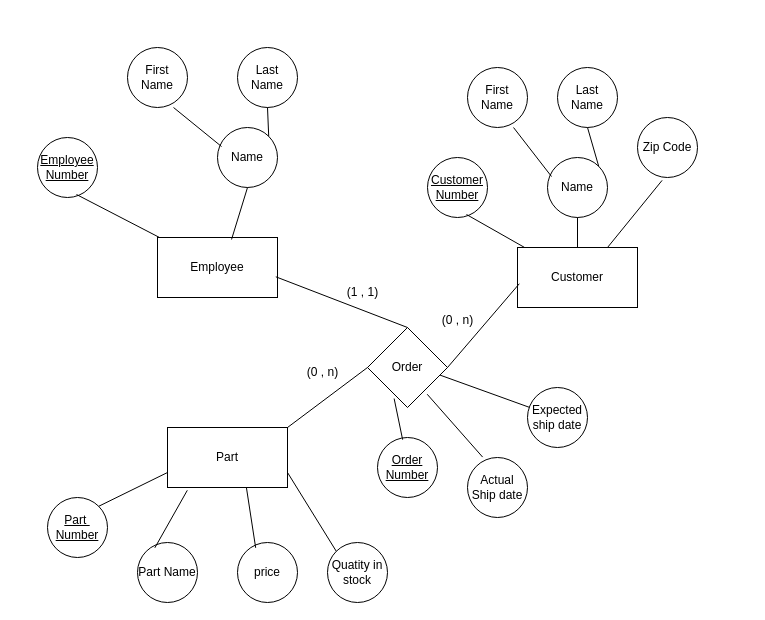
This is ER_MAIL_ORDER.drawio from Drizzle210/hello-world, a draw.io file, before an edit. Source tidied: cells renumbered, new cells numbered last; positions are measured from the earlier drawing's top-left corner, leaving out a move shared by most shapes. Both pictures are drawn from the tidied source at 100%, with x=0, y=0 at pixel (37, 47).
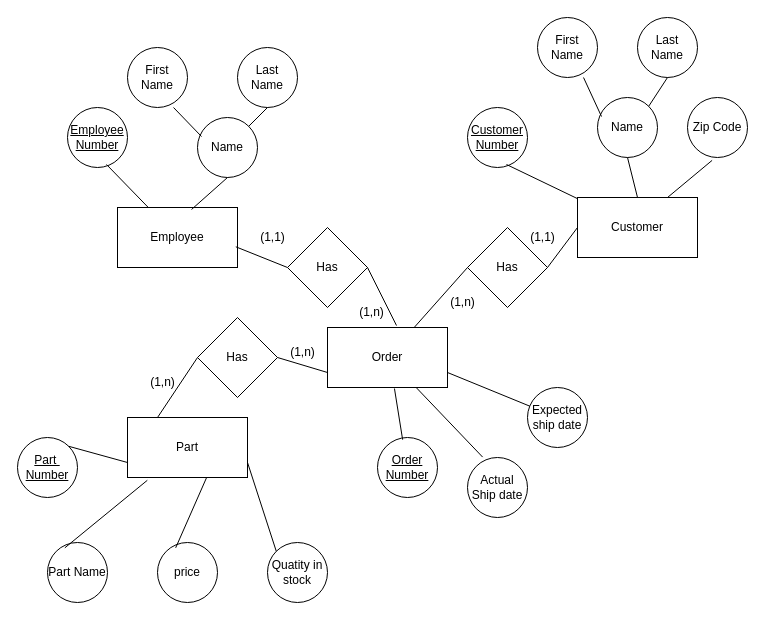
Above is the later version.

Commit message:
Cập nhật ER_MAIL_ORDER.drawio

Unchanged cells that the change refers to:
```xml
<mxCell id="31" value="&lt;u&gt;Order&lt;br&gt;Number&lt;br&gt;&lt;/u&gt;" style="ellipse;whiteSpace=wrap;html=1;" parent="1" vertex="1">
  <mxGeometry x="340" y="390" width="60" height="60" as="geometry" />
</mxCell>
<mxCell id="32" value="Actual Ship date" style="ellipse;whiteSpace=wrap;html=1;" parent="1" vertex="1">
  <mxGeometry x="430" y="410" width="60" height="60" as="geometry" />
</mxCell>
<mxCell id="33" value="Expected ship date" style="ellipse;whiteSpace=wrap;html=1;" parent="1" vertex="1">
  <mxGeometry x="490" y="340" width="60" height="60" as="geometry" />
</mxCell>
```

The edit, as a diff of the source:
```diff
@@
     <mxCell id="2" value="Employee" style="rounded=0;whiteSpace=wrap;html=1;" parent="1" vertex="1">
-      <mxGeometry x="120" y="190" width="120" height="60" as="geometry" />
+      <mxGeometry x="80" y="160" width="120" height="60" as="geometry" />
     </mxCell>
     <mxCell id="3" value="&lt;u&gt;Employee Number&lt;/u&gt;" style="ellipse;whiteSpace=wrap;html=1;" parent="1" vertex="1">
-      <mxGeometry y="90" width="60" height="60" as="geometry" />
+      <mxGeometry x="30" y="60" width="60" height="60" as="geometry" />
     </mxCell>
     <mxCell id="4" value="Name" style="ellipse;whiteSpace=wrap;html=1;" parent="1" vertex="1">
-      <mxGeometry x="180" y="80" width="60" height="60" as="geometry" />
+      <mxGeometry x="160" y="70" width="60" height="60" as="geometry" />
     </mxCell>
@@
     <mxCell id="11" value="Customer" style="rounded=0;whiteSpace=wrap;html=1;" parent="1" vertex="1">
-      <mxGeometry x="480" y="200" width="120" height="60" as="geometry" />
+      <mxGeometry x="540" y="150" width="120" height="60" as="geometry" />
     </mxCell>
     <mxCell id="12" value="&lt;u&gt;Customer Number&lt;/u&gt;" style="ellipse;whiteSpace=wrap;html=1;" parent="1" vertex="1">
-      <mxGeometry x="390" y="110" width="60" height="60" as="geometry" />
+      <mxGeometry x="430" y="60" width="60" height="60" as="geometry" />
     </mxCell>
     <mxCell id="13" value="Name" style="ellipse;whiteSpace=wrap;html=1;" parent="1" vertex="1">
-      <mxGeometry x="510" y="110" width="60" height="60" as="geometry" />
+      <mxGeometry x="560" y="50" width="60" height="60" as="geometry" />
     </mxCell>
     <mxCell id="14" value="First Name" style="ellipse;whiteSpace=wrap;html=1;" parent="1" vertex="1">
-      <mxGeometry x="430" y="20" width="60" height="60" as="geometry" />
+      <mxGeometry x="500" y="-30" width="60" height="60" as="geometry" />
     </mxCell>
     <mxCell id="15" value="Last Name" style="ellipse;whiteSpace=wrap;html=1;" parent="1" vertex="1">
-      <mxGeometry x="520" y="20" width="60" height="60" as="geometry" />
+      <mxGeometry x="600" y="-30" width="60" height="60" as="geometry" />
     </mxCell>
@@
     <mxCell id="20" value="Zip Code" style="ellipse;whiteSpace=wrap;html=1;" parent="1" vertex="1">
-      <mxGeometry x="600" y="70" width="60" height="60" as="geometry" />
+      <mxGeometry x="650" y="50" width="60" height="60" as="geometry" />
     </mxCell>
@@
     <mxCell id="22" value="Part" style="rounded=0;whiteSpace=wrap;html=1;" parent="1" vertex="1">
-      <mxGeometry x="130" y="380" width="120" height="60" as="geometry" />
+      <mxGeometry x="90" y="370" width="120" height="60" as="geometry" />
     </mxCell>
     <mxCell id="23" value="&lt;u&gt;Part&amp;nbsp;&lt;br&gt;Number&lt;br&gt;&lt;/u&gt;" style="ellipse;whiteSpace=wrap;html=1;" parent="1" vertex="1">
-      <mxGeometry x="10" y="450" width="60" height="60" as="geometry" />
+      <mxGeometry x="-20" y="390" width="60" height="60" as="geometry" />
     </mxCell>
     <mxCell id="24" value="Part Name" style="ellipse;whiteSpace=wrap;html=1;" parent="1" vertex="1">
-      <mxGeometry x="100" y="495" width="60" height="60" as="geometry" />
+      <mxGeometry x="10" y="495" width="60" height="60" as="geometry" />
     </mxCell>
     <mxCell id="25" value="price" style="ellipse;whiteSpace=wrap;html=1;" parent="1" vertex="1">
-      <mxGeometry x="200" y="495" width="60" height="60" as="geometry" />
+      <mxGeometry x="120" y="495" width="60" height="60" as="geometry" />
     </mxCell>
     <mxCell id="26" value="Quatity in stock" style="ellipse;whiteSpace=wrap;html=1;" parent="1" vertex="1">
-      <mxGeometry x="290" y="495" width="60" height="60" as="geometry" />
+      <mxGeometry x="230" y="495" width="60" height="60" as="geometry" />
     </mxCell>
@@
-    <mxCell id="34" style="endArrow=none;html=1;rounded=0;exitX=0.419;exitY=0.036;exitDx=0;exitDy=0;exitPerimeter=0;entryX=0.333;entryY=0.888;entryDx=0;entryDy=0;entryPerimeter=0;" parent="1" edge="1" source="31" target="37">
+    <mxCell id="34" style="endArrow=none;html=1;rounded=0;exitX=0.419;exitY=0.036;exitDx=0;exitDy=0;exitPerimeter=0;entryX=0.558;entryY=1.017;entryDx=0;entryDy=0;entryPerimeter=0;" parent="1" edge="1" source="31" target="37">
       <mxGeometry relative="1" as="geometry" />
     </mxCell>
-    <mxCell id="35" style="endArrow=none;html=1;rounded=0;exitX=0.252;exitY=-0.007;exitDx=0;exitDy=0;exitPerimeter=0;entryX=0.746;entryY=0.834;entryDx=0;entryDy=0;entryPerimeter=0;" parent="1" edge="1" source="32" target="37">
+    <mxCell id="35" style="endArrow=none;html=1;rounded=0;exitX=0.252;exitY=-0.007;exitDx=0;exitDy=0;exitPerimeter=0;" parent="1" edge="1" source="32" target="37">
       <mxGeometry relative="1" as="geometry" />
     </mxCell>
-    <mxCell id="36" style="endArrow=none;html=1;rounded=0;entryX=0.876;entryY=0.584;entryDx=0;entryDy=0;entryPerimeter=0;" parent="1" edge="1" source="33" target="37">
+    <mxCell id="36" style="endArrow=none;html=1;rounded=0;entryX=1;entryY=0.75;entryDx=0;entryDy=0;" parent="1" edge="1" source="33" target="37">
       <mxGeometry relative="1" as="geometry" />
     </mxCell>
+    <mxCell id="40" style="endArrow=none;html=1;rounded=0;exitX=0.986;exitY=0.655;exitDx=0;exitDy=0;exitPerimeter=0;entryX=0;entryY=0.5;entryDx=0;entryDy=0;" parent="1" edge="1" source="2" target="44">
+      <mxGeometry relative="1" as="geometry" />
+    </mxCell>
+    <mxCell id="42" value="(1,n)" style="text;html=1;align=center;verticalAlign=middle;strokeColor=none;fillColor=none;" parent="1" vertex="1">
+      <mxGeometry x="100" y="320" width="50" height="30" as="geometry" />
+    </mxCell>
-    <mxCell id="37" value="Order" style="rhombus;whiteSpace=wrap;html=1;" parent="1" vertex="1">
-      <mxGeometry x="330" y="280" width="80" height="80" as="geometry" />
+    <mxCell id="37" value="Order" style="rounded=0;whiteSpace=wrap;html=1;" parent="1" vertex="1">
+      <mxGeometry x="290" y="280" width="120" height="60" as="geometry" />
     </mxCell>
-    <mxCell id="38" style="endArrow=none;html=1;rounded=0;exitX=1;exitY=0.5;exitDx=0;exitDy=0;entryX=0.015;entryY=0.604;entryDx=0;entryDy=0;entryPerimeter=0;" parent="1" edge="1" source="37" target="11">
-      <mxGeometry relative="1" as="geometry" />
-    </mxCell>
-    <mxCell id="39" style="endArrow=none;html=1;rounded=0;exitX=1;exitY=0;exitDx=0;exitDy=0;entryX=0;entryY=0.5;entryDx=0;entryDy=0;" parent="1" edge="1" source="22" target="37">
-      <mxGeometry relative="1" as="geometry" />
-    </mxCell>
-    <mxCell id="40" style="endArrow=none;html=1;rounded=0;exitX=0.986;exitY=0.655;exitDx=0;exitDy=0;entryX=0.5;entryY=0;entryDx=0;entryDy=0;exitPerimeter=0;" parent="1" edge="1" source="2" target="37">
-      <mxGeometry relative="1" as="geometry" />
-    </mxCell>
-    <mxCell id="41" value="(0 , n)" style="text;html=1;align=center;verticalAlign=middle;strokeColor=none;fillColor=none;" parent="1" vertex="1">
-      <mxGeometry x="395" y="258" width="50" height="30" as="geometry" />
-    </mxCell>
-    <mxCell id="42" value="(0 , n)" style="text;html=1;align=center;verticalAlign=middle;strokeColor=none;fillColor=none;" parent="1" vertex="1">
-      <mxGeometry x="260" y="310" width="50" height="30" as="geometry" />
-    </mxCell>
-    <mxCell id="43" value="(1 , 1)&lt;br&gt;" style="text;html=1;align=center;verticalAlign=middle;strokeColor=none;fillColor=none;" parent="1" vertex="1">
-      <mxGeometry x="300" y="230" width="50" height="30" as="geometry" />
-    </mxCell>
+    <mxCell id="44" value="Has" style="rhombus;whiteSpace=wrap;html=1;" parent="1" vertex="1">
+      <mxGeometry x="250" y="180" width="80" height="80" as="geometry" />
+    </mxCell>
+    <mxCell id="45" style="endArrow=none;html=1;rounded=0;entryX=0.575;entryY=-0.033;entryDx=0;entryDy=0;entryPerimeter=0;exitX=1;exitY=0.5;exitDx=0;exitDy=0;" parent="1" edge="1" source="44" target="37">
+      <mxGeometry relative="1" as="geometry" />
+    </mxCell>
+    <mxCell id="46" style="endArrow=none;html=1;rounded=0;exitX=0.25;exitY=0;exitDx=0;exitDy=0;entryX=0;entryY=0.5;entryDx=0;entryDy=0;" parent="1" edge="1" source="22" target="47">
+      <mxGeometry relative="1" as="geometry" />
+    </mxCell>
+    <mxCell id="47" value="Has" style="rhombus;whiteSpace=wrap;html=1;" parent="1" vertex="1">
+      <mxGeometry x="160" y="270" width="80" height="80" as="geometry" />
+    </mxCell>
+    <mxCell id="48" style="endArrow=none;html=1;rounded=0;entryX=0;entryY=0.75;entryDx=0;entryDy=0;exitX=1;exitY=0.5;exitDx=0;exitDy=0;" parent="1" edge="1" source="47" target="37">
+      <mxGeometry relative="1" as="geometry" />
+    </mxCell>
+    <mxCell id="49" style="endArrow=none;html=1;rounded=0;exitX=0;exitY=0.5;exitDx=0;exitDy=0;entryX=1;entryY=0.5;entryDx=0;entryDy=0;" parent="1" edge="1" source="11" target="50">
+      <mxGeometry relative="1" as="geometry" />
+    </mxCell>
+    <mxCell id="50" value="Has" style="rhombus;whiteSpace=wrap;html=1;" parent="1" vertex="1">
+      <mxGeometry x="430" y="180" width="80" height="80" as="geometry" />
+    </mxCell>
+    <mxCell id="51" style="endArrow=none;html=1;rounded=0;exitX=0;exitY=0.5;exitDx=0;exitDy=0;" parent="1" edge="1" source="50" target="37">
+      <mxGeometry relative="1" as="geometry" />
+    </mxCell>
+    <mxCell id="52" value="(1,1)" style="text;html=1;align=center;verticalAlign=middle;strokeColor=none;fillColor=none;" parent="1" vertex="1">
+      <mxGeometry x="480" y="175" width="50" height="30" as="geometry" />
+    </mxCell>
+    <mxCell id="53" value="(1,1)" style="text;html=1;align=center;verticalAlign=middle;strokeColor=none;fillColor=none;" parent="1" vertex="1">
+      <mxGeometry x="210" y="175" width="50" height="30" as="geometry" />
+    </mxCell>
+    <mxCell id="54" value="(1,n)" style="text;html=1;align=center;verticalAlign=middle;strokeColor=none;fillColor=none;" parent="1" vertex="1">
+      <mxGeometry x="309" y="250" width="50" height="30" as="geometry" />
+    </mxCell>
+    <mxCell id="55" value="(1,n)" style="text;html=1;align=center;verticalAlign=middle;strokeColor=none;fillColor=none;" parent="1" vertex="1">
+      <mxGeometry x="400" y="240" width="50" height="30" as="geometry" />
+    </mxCell>
+    <mxCell id="56" value="(1,n)" style="text;html=1;align=center;verticalAlign=middle;strokeColor=none;fillColor=none;" parent="1" vertex="1">
+      <mxGeometry x="240" y="290" width="50" height="30" as="geometry" />
+    </mxCell>
```
